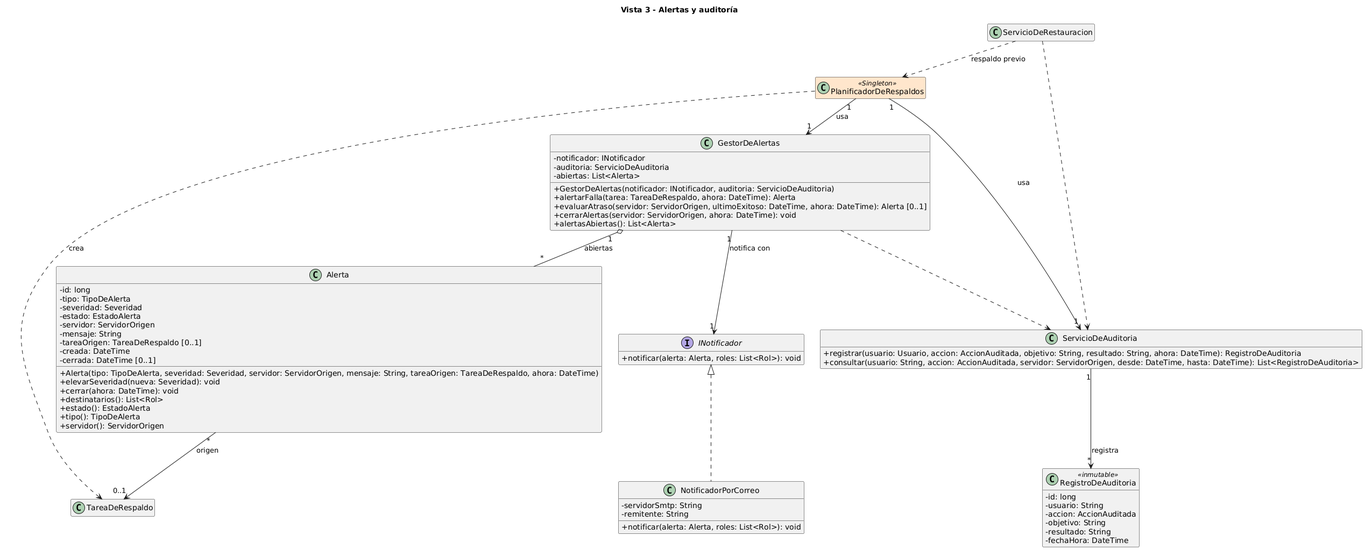
Before: diagramas/06-clases-alertas-auditoria.png, a diagram exported from PlantUML (Julito-Art/ModelacionGruipo17). Source of this version:
```plantuml
@startuml 06-clases-alertas-auditoria
title Vista 3 - Alertas y auditoría
skinparam shadowing false
skinparam defaultFontName Arial
skinparam classAttributeIconSize 0
skinparam nodesep 30
skinparam ranksep 50
skinparam class {
  BackgroundColor<<Singleton>> #FFE6CC
  BackgroundColor<<Multiton>> #FFE6CC
  BackgroundColor<<Strategy>> #DDF0DD
  BackgroundColor<<Adapter>> #DDE8F8
  BackgroundColor<<externo>> #EEEEEE
}
hide empty members
class GestorDeAlertas {
  - notificador: INotificador
  - auditoria: ServicioDeAuditoria
  - abiertas: List<Alerta>
  + GestorDeAlertas(notificador: INotificador, auditoria: ServicioDeAuditoria)
  + alertarFalla(tarea: TareaDeRespaldo, ahora: DateTime): Alerta
  + evaluarAtraso(servidor: ServidorOrigen, ultimoExitoso: DateTime, ahora: DateTime): Alerta [0..1]
  + cerrarAlertas(servidor: ServidorOrigen, ahora: DateTime): void
  + alertasAbiertas(): List<Alerta>
}
class Alerta {
  - id: long
  - tipo: TipoDeAlerta
  - severidad: Severidad
  - estado: EstadoAlerta
  - servidor: ServidorOrigen
  - mensaje: String
  - tareaOrigen: TareaDeRespaldo [0..1]
  - creada: DateTime
  - cerrada: DateTime [0..1]
  + Alerta(tipo: TipoDeAlerta, severidad: Severidad, servidor: ServidorOrigen, mensaje: String, tareaOrigen: TareaDeRespaldo, ahora: DateTime)
  + elevarSeveridad(nueva: Severidad): void
  + cerrar(ahora: DateTime): void
  + destinatarios(): List<Rol>
  + estado(): EstadoAlerta
  + tipo(): TipoDeAlerta
  + servidor(): ServidorOrigen
}
interface INotificador {
  + notificar(alerta: Alerta, roles: List<Rol>): void
}
class NotificadorPorCorreo {
  - servidorSmtp: String
  - remitente: String
  + notificar(alerta: Alerta, roles: List<Rol>): void
}
class ServicioDeAuditoria {
  + registrar(usuario: Usuario, accion: AccionAuditada, objetivo: String, resultado: String, ahora: DateTime): RegistroDeAuditoria
  + consultar(usuario: String, accion: AccionAuditada, servidor: ServidorOrigen, desde: DateTime, hasta: DateTime): List<RegistroDeAuditoria>
}
class RegistroDeAuditoria <<inmutable>> {
  - id: long
  - usuario: String
  - accion: AccionAuditada
  - objetivo: String
  - resultado: String
  - fechaHora: DateTime
}
class TareaDeRespaldo
class PlanificadorDeRespaldos <<Singleton>>
class ServicioDeRestauracion
INotificador <|.. NotificadorPorCorreo
PlanificadorDeRespaldos "1" --> "1" GestorDeAlertas : usa
PlanificadorDeRespaldos "1" --> "1" ServicioDeAuditoria : usa
Alerta "*" --> "0..1" TareaDeRespaldo : origen
GestorDeAlertas "1" --> "1" INotificador : notifica con
GestorDeAlertas "1" o-- "*" Alerta : abiertas
ServicioDeAuditoria "1" --> "*" RegistroDeAuditoria : registra
PlanificadorDeRespaldos ..> TareaDeRespaldo : crea
GestorDeAlertas ..> ServicioDeAuditoria
ServicioDeRestauracion ..> PlanificadorDeRespaldos : respaldo previo
ServicioDeRestauracion ..> ServicioDeAuditoria
@enduml
```
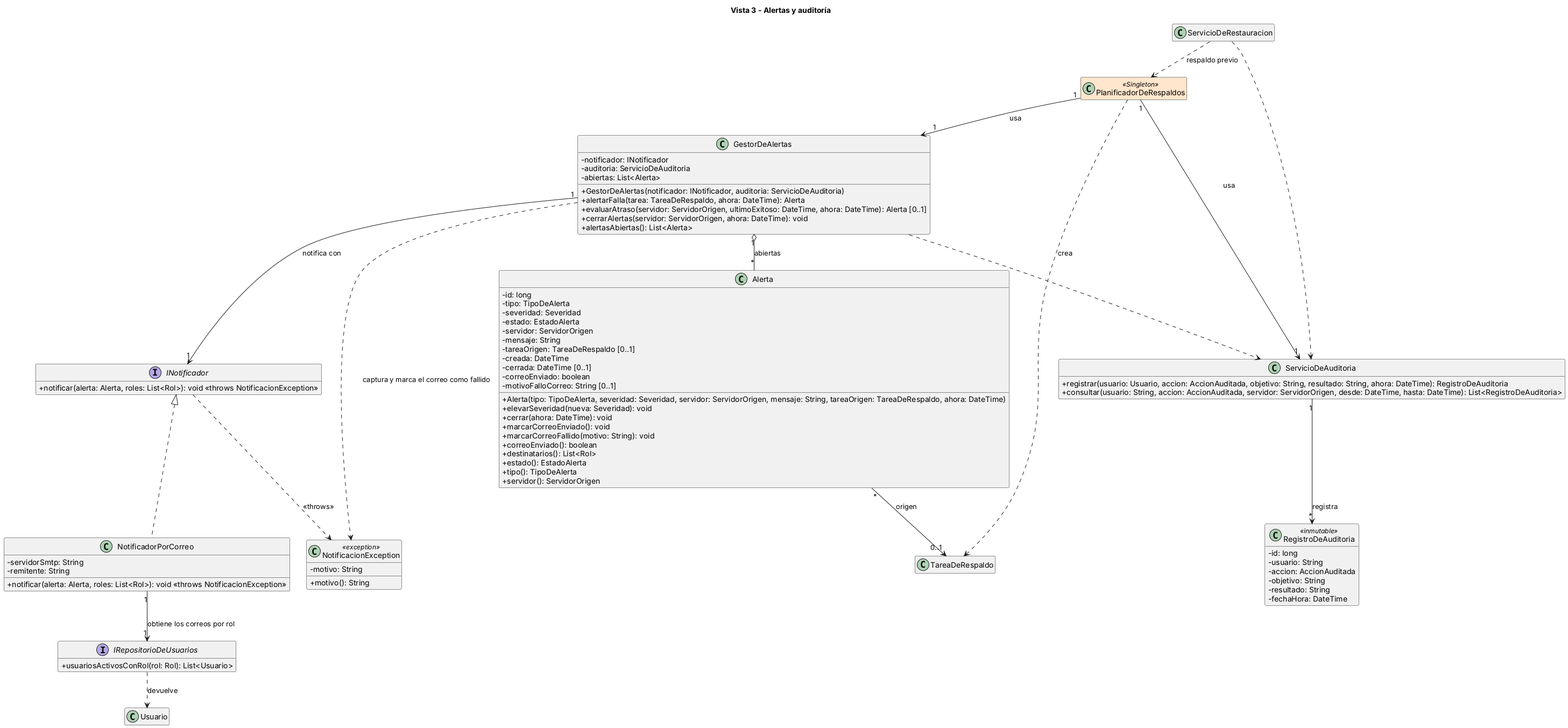
Above is the later version.

What changed in the source:
```diff
@@ -33,21 +33,33 @@
   - tareaOrigen: TareaDeRespaldo [0..1]
   - creada: DateTime
   - cerrada: DateTime [0..1]
+  - correoEnviado: boolean
+  - motivoFalloCorreo: String [0..1]
   + Alerta(tipo: TipoDeAlerta, severidad: Severidad, servidor: ServidorOrigen, mensaje: String, tareaOrigen: TareaDeRespaldo, ahora: DateTime)
   + elevarSeveridad(nueva: Severidad): void
   + cerrar(ahora: DateTime): void
+  + marcarCorreoEnviado(): void
+  + marcarCorreoFallido(motivo: String): void
+  + correoEnviado(): boolean
   + destinatarios(): List<Rol>
   + estado(): EstadoAlerta
   + tipo(): TipoDeAlerta
   + servidor(): ServidorOrigen
 }
 interface INotificador {
-  + notificar(alerta: Alerta, roles: List<Rol>): void
+  + notificar(alerta: Alerta, roles: List<Rol>): void <<throws NotificacionException>>
 }
 class NotificadorPorCorreo {
   - servidorSmtp: String
   - remitente: String
-  + notificar(alerta: Alerta, roles: List<Rol>): void
+  + notificar(alerta: Alerta, roles: List<Rol>): void <<throws NotificacionException>>
+}
+interface IRepositorioDeUsuarios {
+  + usuariosActivosConRol(rol: Rol): List<Usuario>
+}
+class NotificacionException <<exception>> {
+  - motivo: String
+  + motivo(): String
 }
 class ServicioDeAuditoria {
   + registrar(usuario: Usuario, accion: AccionAuditada, objetivo: String, resultado: String, ahora: DateTime): RegistroDeAuditoria
@@ -62,9 +74,14 @@
   - fechaHora: DateTime
 }
 class TareaDeRespaldo
+class Usuario
 class PlanificadorDeRespaldos <<Singleton>>
 class ServicioDeRestauracion
 INotificador <|.. NotificadorPorCorreo
+NotificadorPorCorreo "1" --> "1" IRepositorioDeUsuarios : obtiene los correos por rol
+IRepositorioDeUsuarios ..> Usuario : devuelve
+INotificador ..> NotificacionException : <<throws>>
+GestorDeAlertas ..> NotificacionException : captura y marca el correo como fallido
 PlanificadorDeRespaldos "1" --> "1" GestorDeAlertas : usa
 PlanificadorDeRespaldos "1" --> "1" ServicioDeAuditoria : usa
 Alerta "*" --> "0..1" TareaDeRespaldo : origen
```
